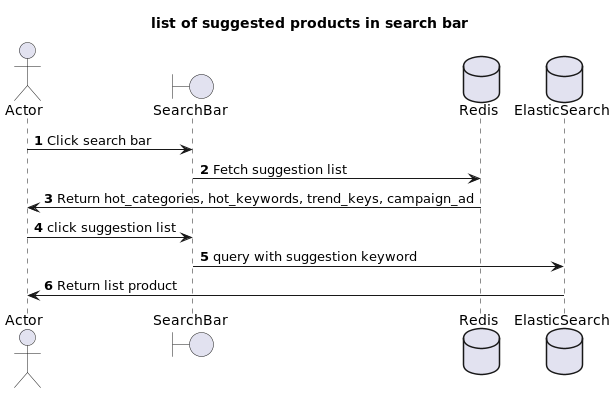
This is resources/suggestion-list.png from thucpk/k33-ad-final-project, a PlantUML export, as it was before one commit. Its diagram source:
```plantuml
@startuml

actor        Actor         as actor
boundary     SearchBar     as searchbar
database     Redis         as cache
database     ElasticSearch as es

Title: list of suggested products in search bar

autonumber 1
actor -> searchbar: Click search bar
searchbar -> cache: Fetch suggestion list
cache -> actor: Return hot_categories, hot_keywords, trend_keys, campaign_ad
actor -> searchbar: click suggestion list
searchbar -> es: query with suggestion keyword
es -> actor: Return list product


@enduml
```
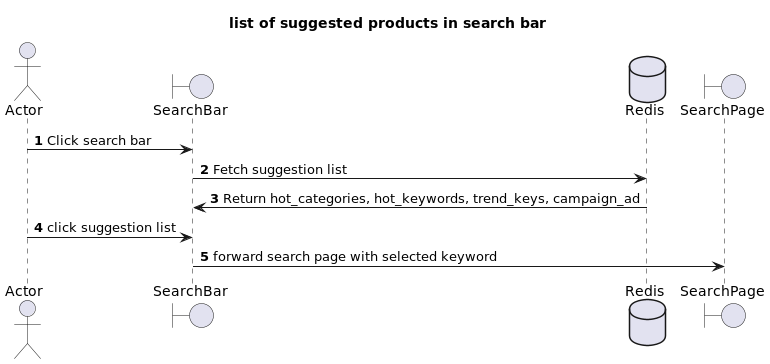
Later version of the same file.

The edit, as a diff of the source:
```diff
@@ -3,17 +3,16 @@
 actor        Actor         as actor
 boundary     SearchBar     as searchbar
 database     Redis         as cache
-database     ElasticSearch as es
+boundary     SearchPage    as search_page
 
 Title: list of suggested products in search bar
 
 autonumber 1
 actor -> searchbar: Click search bar
 searchbar -> cache: Fetch suggestion list
-cache -> actor: Return hot_categories, hot_keywords, trend_keys, campaign_ad
+cache -> searchbar: Return hot_categories, hot_keywords, trend_keys, campaign_ad
 actor -> searchbar: click suggestion list
-searchbar -> es: query with suggestion keyword
-es -> actor: Return list product
+searchbar -> search_page: forward search page with selected keyword
 
 
 @enduml
```
